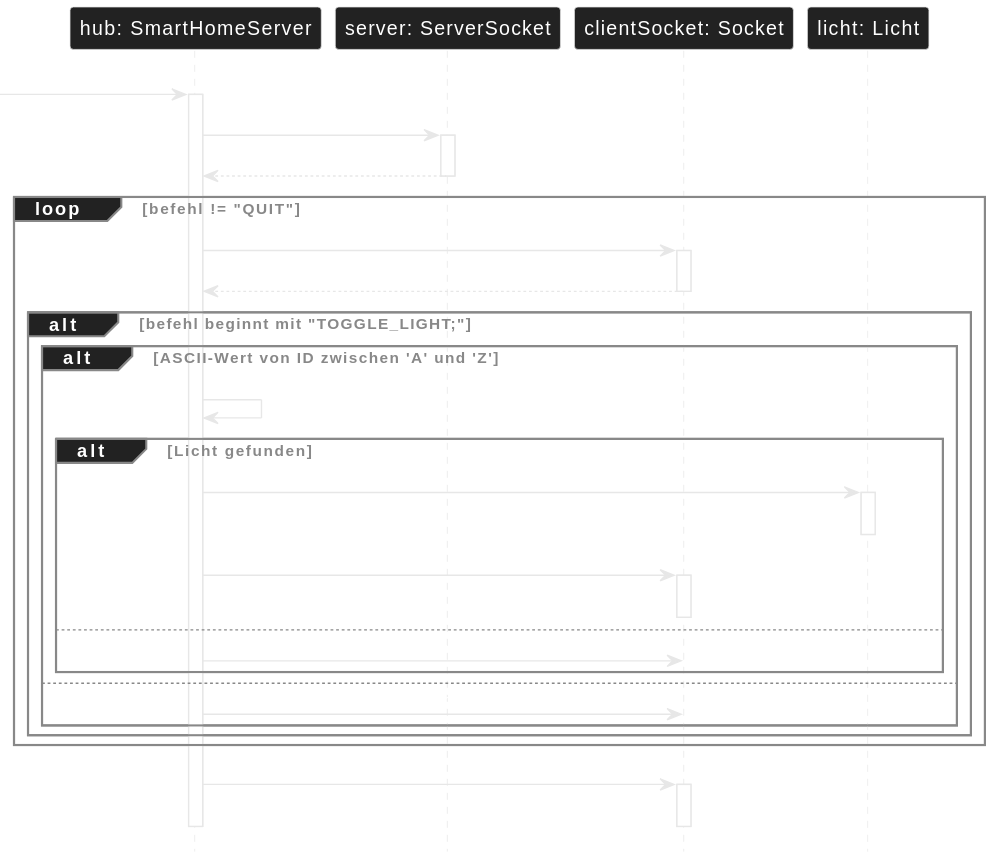
Earlier version of the PlantUML export assets/img/sec5/lvl20-2.svg (OnlyCook/abitur-elite-code).
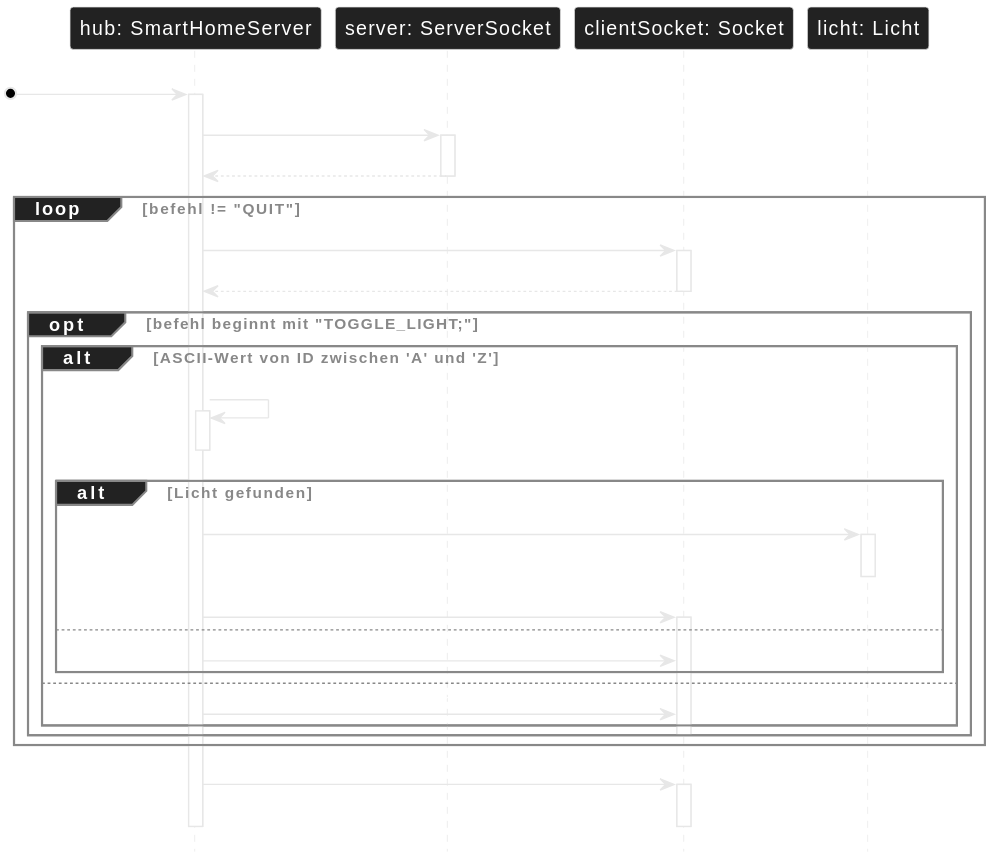
The same file after the commit.

Diff of the diagram source:
```diff
@@ -10,7 +10,7 @@
 participant "clientSocket: Socket" as CS
 participant "licht: Licht" as L
 
--> S : startServer()
+[o-> S : startServer()
 activate S
 S -> SS : accept()
 activate SS
@@ -22,22 +22,24 @@
   CS --> S : befehl
   deactivate CS
 
-  alt befehl beginnt mit "TOGGLE_LIGHT;"
+  opt befehl beginnt mit "TOGGLE_LIGHT;"
     alt ASCII-Wert von ID zwischen 'A' und 'Z'
       S -> S : suche Licht
+      activate S
+      deactivate S
       alt Licht gefunden
         S -> L : toggle()
         activate L
         deactivate L
         S -> CS : write("+OK\\n")
         activate CS
-        deactivate CS
       else
         S -> CS : write("-ERR Licht nicht gefunden\\n")
       end
     else
       S -> CS : write("-ERR ungültige ID\\n")
     end
+  deactivate CS
   end
 end
 S -> CS : close()
```
